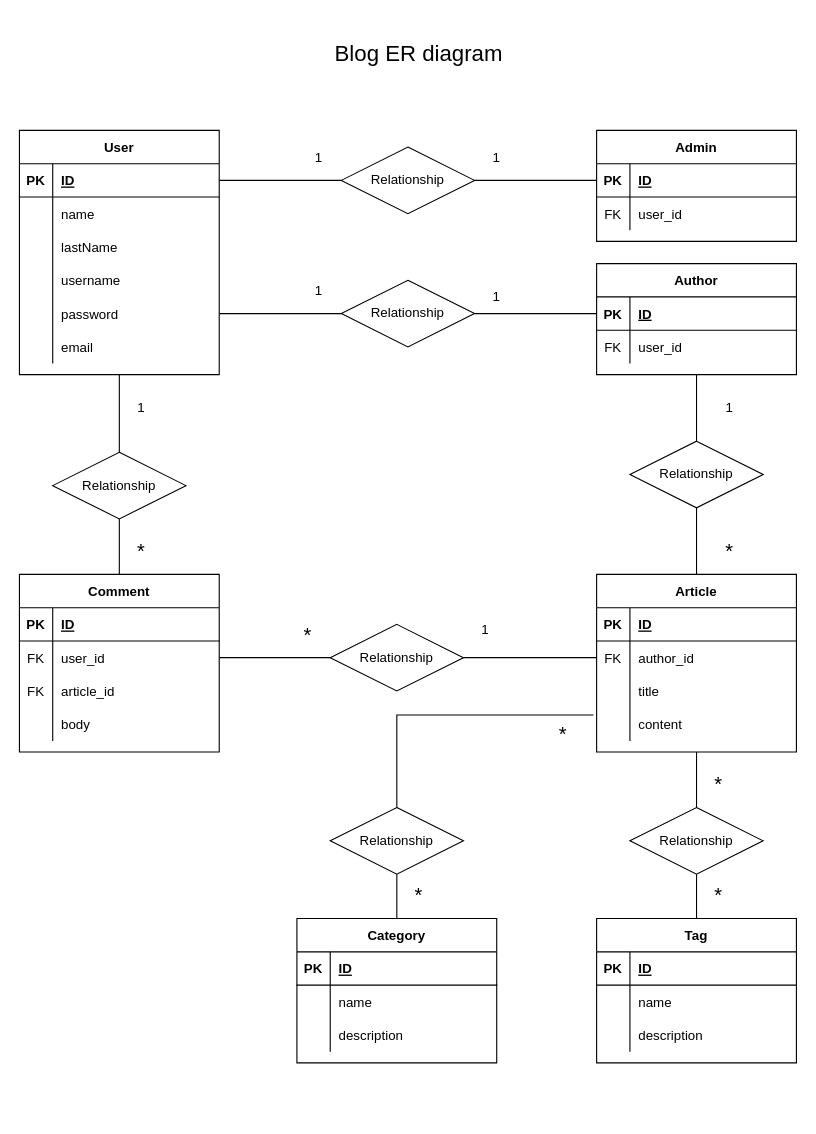
Above: diagram/diagram.drawio in salvoab/php-oop-2 (draw.io), before the change. Source tidied: cells renumbered, new cells numbered last; positions are measured from the earlier drawing's top-left corner, leaving out a move shared by most shapes. Both pictures are drawn from the tidied source at 111%, with x=0, y=0 at pixel (19, 19).
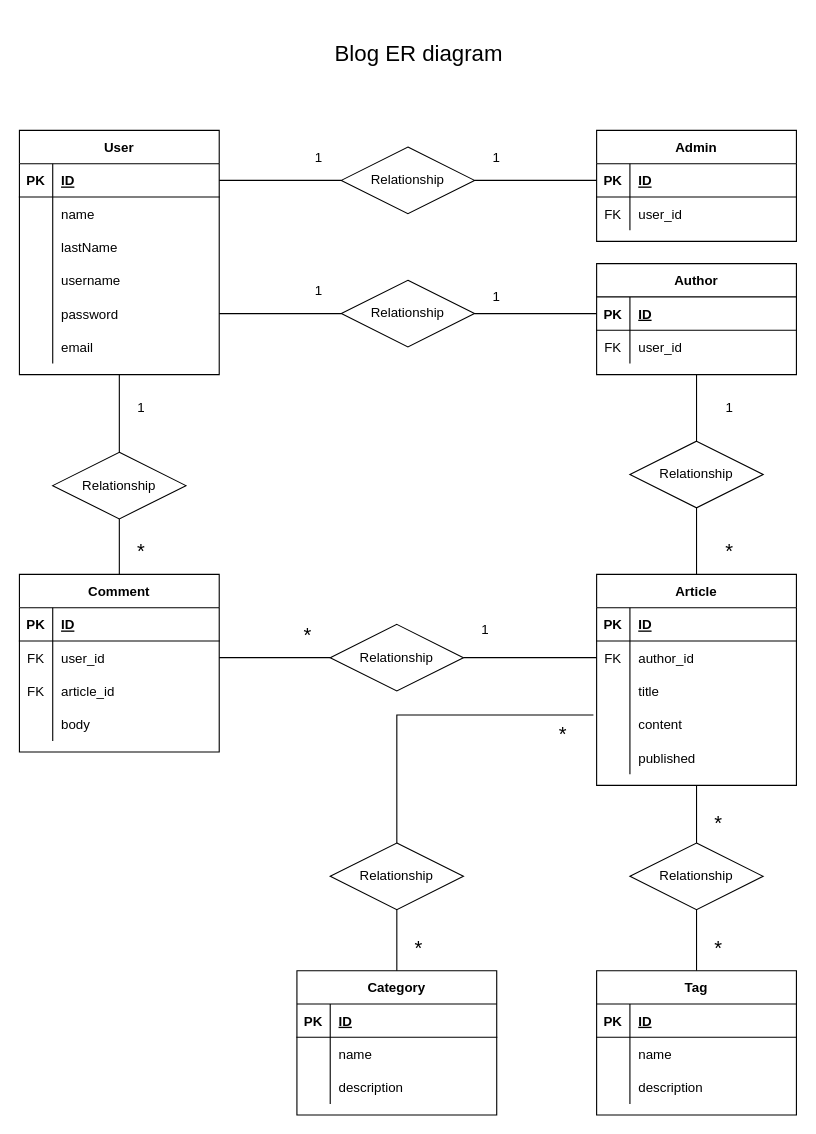
The same page after the edit.

Commit message (it also covers changes not shown here):
Aggiunta colonna published in Article

What changed in the source:
```diff
@@
     <mxCell id="63" value="Article" style="shape=table;startSize=30;childLayout=tableLayout;rowLines=0;fontStyle=1;align=center;" parent="1" vertex="1">
-      <mxGeometry x="520" y="500" width="180" height="160" as="geometry" />
+      <mxGeometry x="520" y="500" width="180" height="190" as="geometry" />
     </mxCell>
@@
+    <mxCell id="117" style="shape=partialRectangle;fillColor=none;top=0;left=0;bottom=0;right=0;" parent="63" vertex="1">
+      <mxGeometry y="150" width="180" height="30" as="geometry" />
+    </mxCell>
+    <mxCell id="118" style="shape=partialRectangle;fillColor=none;top=0;left=0;bottom=0;right=0;overflow=hidden;" parent="117" vertex="1">
+      <mxGeometry width="30" height="30" as="geometry" />
+    </mxCell>
+    <mxCell id="119" value="published" style="shape=partialRectangle;fillColor=none;top=0;left=0;bottom=0;right=0;align=left;spacingLeft=6;overflow=hidden;" parent="117" vertex="1">
+      <mxGeometry x="30" width="150" height="30" as="geometry" />
+    </mxCell>
@@
     <mxCell id="85" value="Category" style="shape=table;startSize=30;childLayout=tableLayout;rowLines=0;fontStyle=1;align=center;" parent="1" vertex="1">
-      <mxGeometry x="250" y="810" width="180" height="130" as="geometry" />
+      <mxGeometry x="250" y="857" width="180" height="130" as="geometry" />
     </mxCell>
@@
     <mxCell id="95" value="Tag" style="shape=table;startSize=30;childLayout=tableLayout;rowLines=0;fontStyle=1;align=center;" parent="1" vertex="1">
-      <mxGeometry x="520" y="810" width="180" height="130" as="geometry" />
+      <mxGeometry x="520" y="857" width="180" height="130" as="geometry" />
     </mxCell>
@@
     <mxCell id="107" value="Relationship" style="shape=rhombus;perimeter=rhombusPerimeter;whiteSpace=wrap;html=1;align=center;" parent="1" vertex="1">
-      <mxGeometry x="550" y="710" width="120" height="60" as="geometry" />
+      <mxGeometry x="550" y="742" width="120" height="60" as="geometry" />
     </mxCell>
     <mxCell id="108" value="&lt;font style=&quot;font-size: 18px&quot;&gt;*&lt;/font&gt;" style="text;html=1;strokeColor=none;fillColor=none;align=center;verticalAlign=middle;whiteSpace=wrap;rounded=0;" parent="1" vertex="1">
-      <mxGeometry x="610" y="680" width="40" height="20" as="geometry" />
+      <mxGeometry x="610" y="715" width="40" height="20" as="geometry" />
     </mxCell>
     <mxCell id="109" value="&lt;font style=&quot;font-size: 18px&quot;&gt;*&lt;/font&gt;" style="text;html=1;strokeColor=none;fillColor=none;align=center;verticalAlign=middle;whiteSpace=wrap;rounded=0;" parent="1" vertex="1">
-      <mxGeometry x="610" y="780" width="40" height="20" as="geometry" />
+      <mxGeometry x="610" y="827" width="40" height="20" as="geometry" />
     </mxCell>
@@
     <mxCell id="112" value="Relationship" style="shape=rhombus;perimeter=rhombusPerimeter;whiteSpace=wrap;html=1;align=center;" parent="1" vertex="1">
-      <mxGeometry x="280" y="710" width="120" height="60" as="geometry" />
+      <mxGeometry x="280" y="742" width="120" height="60" as="geometry" />
     </mxCell>
@@
     <mxCell id="114" value="&lt;font style=&quot;font-size: 18px&quot;&gt;*&lt;/font&gt;" style="text;html=1;strokeColor=none;fillColor=none;align=center;verticalAlign=middle;whiteSpace=wrap;rounded=0;" parent="1" vertex="1">
-      <mxGeometry x="340" y="780" width="40" height="20" as="geometry" />
+      <mxGeometry x="340" y="827" width="40" height="20" as="geometry" />
     </mxCell>
```
